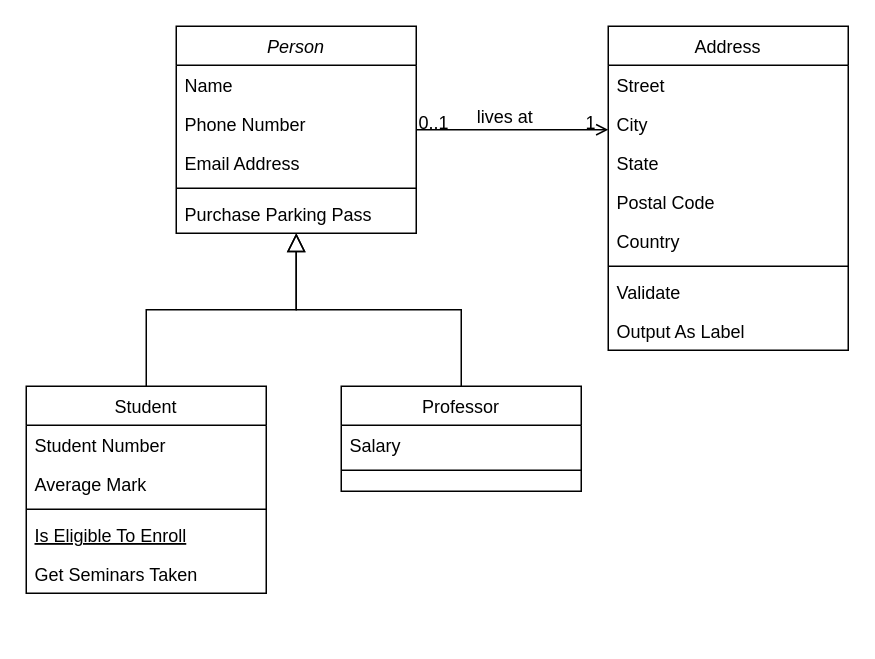
Above: ClassDiagram.drawio in Mkaldalons/hugbo1 (draw.io), before the change. Source tidied: cells renumbered, new cells numbered last; positions are measured from the earlier drawing's top-left corner, leaving out a move shared by most shapes. Both pictures are drawn from the tidied source at 150%, with x=0, y=0 at pixel (26, 26).
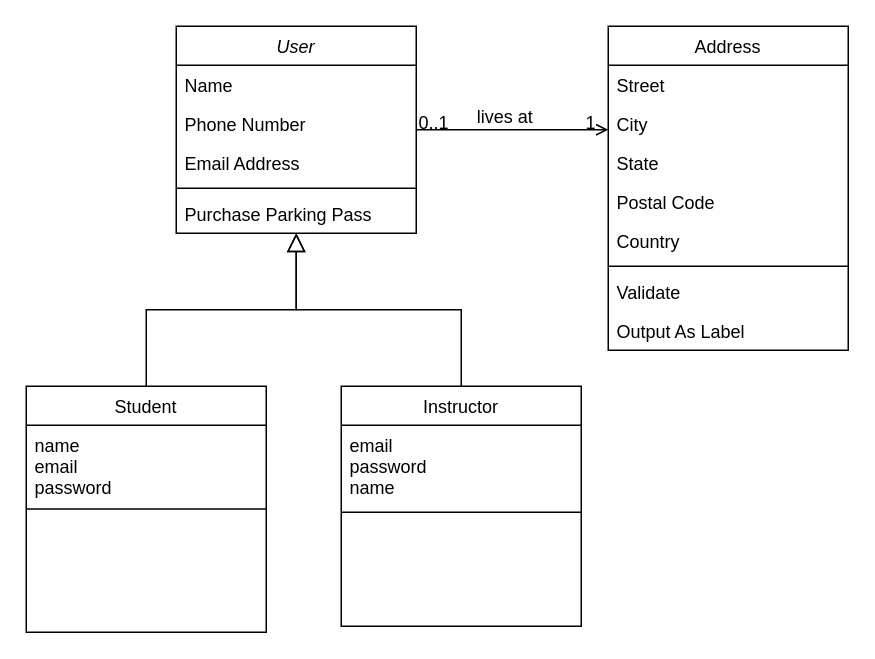
Above is the later version.

Change to the diagram source:
```diff
@@
-    <mxCell id="2" value="Person" style="swimlane;fontStyle=2;align=center;verticalAlign=top;horizontal=1;startSize=26;rounded=0;shadow=0;strokeWidth=1;" parent="1" vertex="1">
+    <mxCell id="2" value="User" style="swimlane;fontStyle=2;align=center;verticalAlign=top;horizontal=1;startSize=26;rounded=0;shadow=0;strokeWidth=1;" parent="1" vertex="1">
       <mxGeometry x="100" width="160" height="138" as="geometry" />
     </mxCell>
@@
     <mxCell id="8" value="Student" style="swimlane;fontStyle=0;align=center;verticalAlign=top;horizontal=1;startSize=26;rounded=0;shadow=0;strokeWidth=1;" parent="1" vertex="1">
-      <mxGeometry y="240" width="160" height="138" as="geometry" />
+      <mxGeometry y="240" width="160" height="164" as="geometry" />
     </mxCell>
-    <mxCell id="9" value="Student Number" style="text;align=left;verticalAlign=top;spacingLeft=4;spacingRight=4;overflow=hidden;" parent="8" vertex="1">
-      <mxGeometry y="26" width="160" height="26" as="geometry" />
+    <mxCell id="9" value="name&#10;email&#10;password&#10;" style="text;align=left;verticalAlign=top;spacingLeft=4;spacingRight=4;overflow=hidden;" parent="8" vertex="1">
+      <mxGeometry y="26" width="160" height="44" as="geometry" />
     </mxCell>
-    <mxCell id="10" value="Average Mark" style="text;align=left;verticalAlign=top;spacingLeft=4;spacingRight=4;overflow=hidden;rounded=0;shadow=0;html=0;" parent="8" vertex="1">
-      <mxGeometry y="52" width="160" height="26" as="geometry" />
-    </mxCell>
-    <mxCell id="11" style="line;html=1;strokeWidth=1;align=left;verticalAlign=middle;spacingTop=-1;spacingLeft=3;spacingRight=3;labelPosition=right;" parent="8" vertex="1">
-      <mxGeometry y="78" width="160" height="8" as="geometry" />
-    </mxCell>
-    <mxCell id="12" value="Is Eligible To Enroll" style="text;align=left;verticalAlign=top;spacingLeft=4;spacingRight=4;overflow=hidden;fontStyle=4;" parent="8" vertex="1">
-      <mxGeometry y="86" width="160" height="26" as="geometry" />
-    </mxCell>
-    <mxCell id="13" value="Get Seminars Taken" style="text;align=left;verticalAlign=top;spacingLeft=4;spacingRight=4;overflow=hidden;" parent="8" vertex="1">
-      <mxGeometry y="112" width="160" height="26" as="geometry" />
-    </mxCell>
+    <mxCell id="32" style="edgeStyle=none;orthogonalLoop=1;jettySize=auto;html=1;rounded=0;startArrow=none;startFill=0;endArrow=none;endFill=0;" parent="8" edge="1">
+      <mxGeometry relative="1" as="geometry">
+        <mxPoint y="81.8" as="sourcePoint" />
+        <mxPoint x="160" y="81.8" as="targetPoint" />
+        <Array as="points">
+          <mxPoint x="80" y="81.8" />
+        </Array>
+      </mxGeometry>
+    </mxCell>
@@
-    <mxCell id="15" value="Professor" style="swimlane;fontStyle=0;align=center;verticalAlign=top;horizontal=1;startSize=26;rounded=0;shadow=0;strokeWidth=1;" parent="1" vertex="1">
-      <mxGeometry x="210" y="240" width="160" height="70" as="geometry" />
+    <mxCell id="15" value="Instructor" style="swimlane;fontStyle=0;align=center;verticalAlign=top;horizontal=1;startSize=26;rounded=0;shadow=0;strokeWidth=1;" parent="1" vertex="1">
+      <mxGeometry x="210" y="240" width="160" height="160" as="geometry" />
     </mxCell>
-    <mxCell id="16" value="Salary" style="text;align=left;verticalAlign=top;spacingLeft=4;spacingRight=4;overflow=hidden;" parent="15" vertex="1">
-      <mxGeometry y="26" width="160" height="26" as="geometry" />
+    <mxCell id="16" value="email&#10;password&#10;name &#10;&#10;&#10;" style="text;align=left;verticalAlign=top;spacingLeft=4;spacingRight=4;overflow=hidden;" parent="15" vertex="1">
+      <mxGeometry y="26" width="160" height="54" as="geometry" />
     </mxCell>
     <mxCell id="17" style="line;html=1;strokeWidth=1;align=left;verticalAlign=middle;spacingTop=-1;spacingLeft=3;spacingRight=3;labelPosition=right;" parent="15" vertex="1">
-      <mxGeometry y="52" width="160" height="8" as="geometry" />
+      <mxGeometry y="80" width="160" height="8" as="geometry" />
     </mxCell>
```
